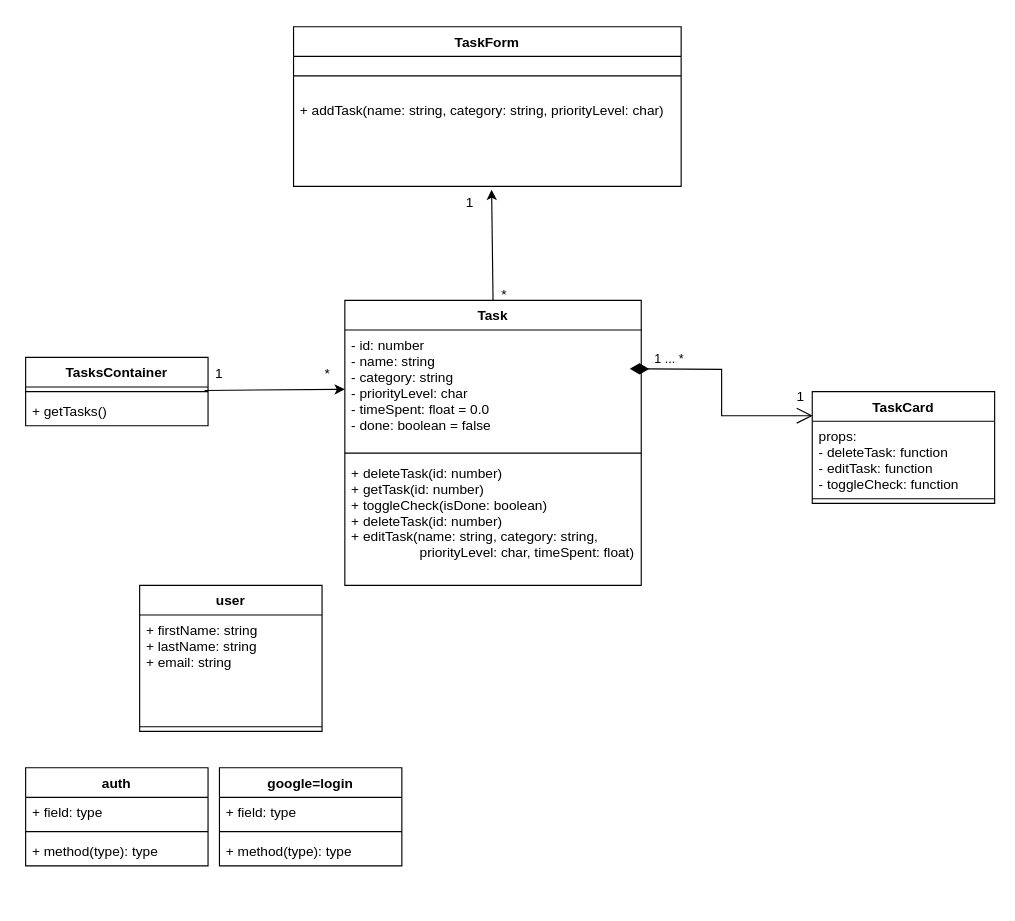
Before: images/classDiagram.drawio in ViNguyen3747/Voice-Powered-Self-Productivity, a draw.io diagram. Source tidied: cells renumbered, new cells numbered last; positions are measured from the earlier drawing's top-left corner, leaving out a move shared by most shapes. Both pictures are drawn from the tidied source at 114%, with x=0, y=0 at pixel (25, 26).
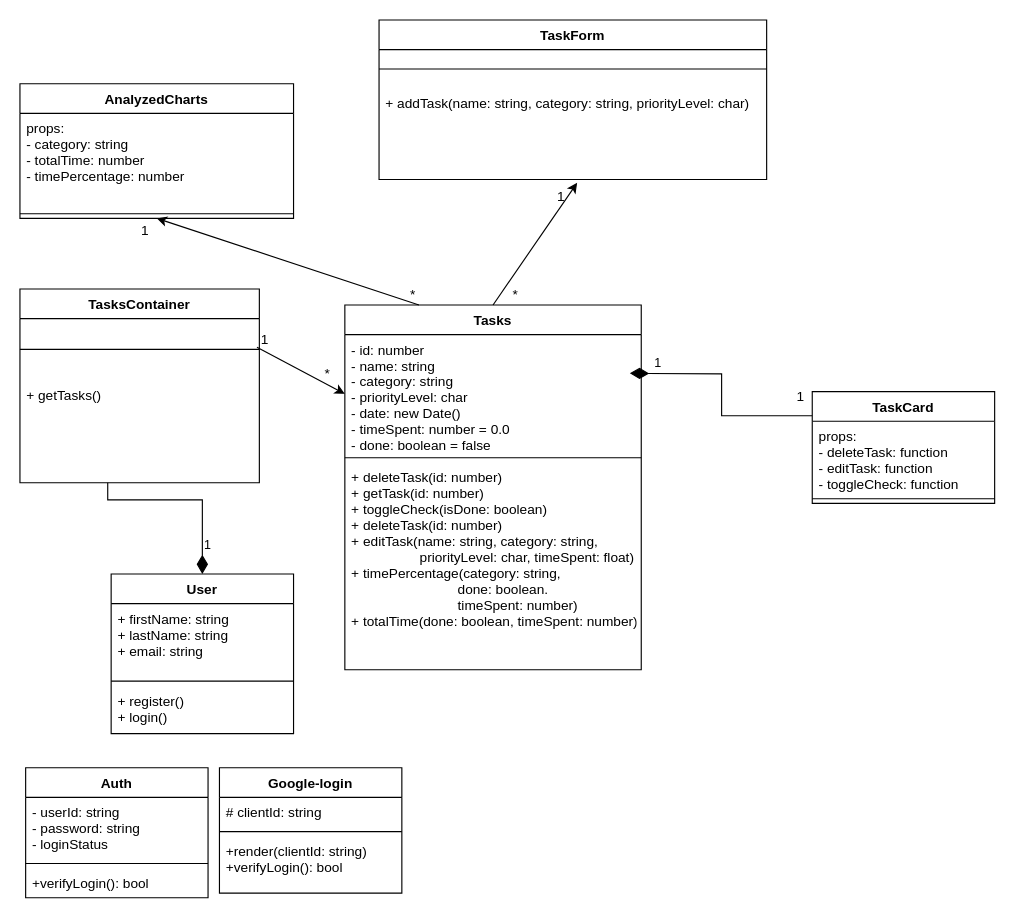
The same page after the edit.

The change refers to these unchanged cells:
```xml
<mxCell id="13" value="TaskCard" style="swimlane;fontStyle=1;align=center;verticalAlign=top;horizontal=1;startSize=26;" parent="1" vertex="1">
  <mxGeometry x="690" y="320" width="160" height="98" as="geometry" />
</mxCell>
```

What changed in the source:
```diff
@@
-    <mxCell id="2" value="Task" style="swimlane;fontStyle=1;align=center;verticalAlign=top;horizontal=1;startSize=26;" parent="1" vertex="1">
-      <mxGeometry x="280" y="240" width="260" height="250" as="geometry" />
+    <mxCell id="2" value="Tasks" style="swimlane;fontStyle=1;align=center;verticalAlign=top;horizontal=1;startSize=26;" parent="1" vertex="1">
+      <mxGeometry x="280" y="244" width="260" height="320" as="geometry" />
     </mxCell>
-    <mxCell id="3" value="1 ... *" style="endArrow=open;html=1;endSize=12;startArrow=diamondThin;startSize=14;startFill=1;edgeStyle=orthogonalEdgeStyle;align=left;verticalAlign=bottom;rounded=0;entryX=0.003;entryY=0.216;entryDx=0;entryDy=0;entryPerimeter=0;" parent="2" edge="1" target="13">
+    <mxCell id="3" value="1" style="endArrow=none;html=1;endSize=12;startArrow=diamondThin;startSize=14;startFill=1;edgeStyle=orthogonalEdgeStyle;align=left;verticalAlign=bottom;rounded=0;entryX=0.003;entryY=0.216;entryDx=0;entryDy=0;entryPerimeter=0;endFill=0;" parent="2" edge="1" target="13">
       <mxGeometry x="-0.8" relative="1" as="geometry">
         <mxPoint x="250" y="60" as="sourcePoint" />
       </mxGeometry>
     </mxCell>
-    <mxCell id="4" value="- id: number&#10;- name: string&#10;- category: string&#10;- priorityLevel: char&#10;- timeSpent: float = 0.0&#10;- done: boolean = false" style="text;strokeColor=none;fillColor=none;align=left;verticalAlign=top;spacingLeft=4;spacingRight=4;overflow=hidden;points=[[0,0.5],[1,0.5]];portConstraint=eastwest;" parent="2" vertex="1">
+    <mxCell id="4" value="- id: number&#10;- name: string&#10;- category: string&#10;- priorityLevel: char&#10;- date: new Date()&#10;- timeSpent: number = 0.0&#10;- done: boolean = false" style="text;strokeColor=none;fillColor=none;align=left;verticalAlign=top;spacingLeft=4;spacingRight=4;overflow=hidden;points=[[0,0.5],[1,0.5]];portConstraint=eastwest;" parent="2" vertex="1">
       <mxGeometry y="26" width="260" height="104" as="geometry" />
     </mxCell>
@@
-    <mxCell id="6" value="+ deleteTask(id: number)&#10;+ getTask(id: number)&#10;+ toggleCheck(isDone: boolean)&#10;+ deleteTask(id: number)&#10;+ editTask(name: string, category: string,&#10;                  priorityLevel: char, timeSpent: float)" style="text;strokeColor=none;fillColor=none;align=left;verticalAlign=top;spacingLeft=4;spacingRight=4;overflow=hidden;" parent="2" vertex="1">
-      <mxGeometry y="138" width="260" height="112" as="geometry" />
+    <mxCell id="6" value="+ deleteTask(id: number)&#10;+ getTask(id: number)&#10;+ toggleCheck(isDone: boolean)&#10;+ deleteTask(id: number)&#10;+ editTask(name: string, category: string,&#10;                  priorityLevel: char, timeSpent: float)&#10;+ timePercentage(category: string,&#10;                            done: boolean.&#10;                            timeSpent: number)&#10;+ totalTime(done: boolean, timeSpent: number)&#10;" style="text;strokeColor=none;fillColor=none;align=left;verticalAlign=top;spacingLeft=4;spacingRight=4;overflow=hidden;" parent="2" vertex="1">
+      <mxGeometry y="138" width="260" height="182" as="geometry" />
     </mxCell>
     <mxCell id="7" value="TaskForm" style="swimlane;fontStyle=1;align=center;verticalAlign=top;horizontal=1;startSize=26;" parent="1" vertex="1">
-      <mxGeometry x="235" width="340" height="140" as="geometry" />
+      <mxGeometry x="310" y="-6" width="340" height="140" as="geometry" />
     </mxCell>
@@
     <mxCell id="11" value="1" style="text;html=1;strokeColor=none;fillColor=none;align=center;verticalAlign=middle;whiteSpace=wrap;rounded=0;" parent="1" vertex="1">
-      <mxGeometry x="360" y="140" width="60" height="30" as="geometry" />
+      <mxGeometry x="440" y="134" width="60" height="30" as="geometry" />
     </mxCell>
     <mxCell id="12" value="*" style="text;html=1;strokeColor=none;fillColor=none;align=center;verticalAlign=middle;whiteSpace=wrap;rounded=0;" parent="1" vertex="1">
-      <mxGeometry x="390" y="220" width="60" height="30" as="geometry" />
+      <mxGeometry x="400" y="220" width="60" height="30" as="geometry" />
     </mxCell>
@@
     <mxCell id="17" value="TasksContainer" style="swimlane;fontStyle=1;align=center;verticalAlign=top;horizontal=1;startSize=26;" parent="1" vertex="1">
-      <mxGeometry y="290" width="160" height="60" as="geometry" />
+      <mxGeometry x="-5" y="230" width="210" height="170" as="geometry" />
     </mxCell>
     <mxCell id="18" style="line;strokeWidth=1;fillColor=none;align=left;verticalAlign=middle;spacingTop=-1;spacingLeft=3;spacingRight=3;labelPosition=right;points=[];portConstraint=eastwest;" parent="17" vertex="1">
-      <mxGeometry y="26" width="160" height="8" as="geometry" />
+      <mxGeometry y="26" width="210" height="54" as="geometry" />
     </mxCell>
-    <mxCell id="19" value="+ getTasks()" style="text;strokeColor=none;fillColor=none;align=left;verticalAlign=top;spacingLeft=4;spacingRight=4;overflow=hidden;points=[[0,0.5],[1,0.5]];portConstraint=eastwest;" parent="17" vertex="1">
-      <mxGeometry y="34" width="160" height="26" as="geometry" />
+    <mxCell id="19" value="+ getTasks()&lt;br&gt;" style="text;strokeColor=none;fillColor=none;align=left;verticalAlign=top;spacingLeft=4;spacingRight=4;overflow=hidden;points=[[0,0.5],[1,0.5]];portConstraint=eastwest;html=1;" parent="17" vertex="1">
+      <mxGeometry y="80" width="210" height="90" as="geometry" />
     </mxCell>
-    <mxCell id="20" style="endArrow=classic;html=1;rounded=0;exitX=0.981;exitY=0.375;exitDx=0;exitDy=0;exitPerimeter=0;entryX=0;entryY=0.5;entryDx=0;entryDy=0;" parent="1" edge="1" source="18" target="4">
+    <mxCell id="20" style="endArrow=classic;html=1;rounded=0;exitX=0.99;exitY=0.463;exitDx=0;exitDy=0;exitPerimeter=0;entryX=0;entryY=0.5;entryDx=0;entryDy=0;" parent="1" edge="1" source="18" target="4">
       <mxGeometry relative="1" as="geometry" />
     </mxCell>
     <mxCell id="21" value="1" style="text;html=1;strokeColor=none;fillColor=none;align=center;verticalAlign=middle;whiteSpace=wrap;rounded=0;" parent="1" vertex="1">
-      <mxGeometry x="140" y="290" width="60" height="30" as="geometry" />
+      <mxGeometry x="180" y="260" width="60" height="30" as="geometry" />
     </mxCell>
@@
-    <mxCell id="23" value="user" style="swimlane;fontStyle=1;align=center;verticalAlign=top;horizontal=1;startSize=26;" parent="1" vertex="1">
-      <mxGeometry x="100" y="490" width="160" height="128" as="geometry" />
-    </mxCell>
-    <mxCell id="24" value="+ firstName: string&#10;+ lastName: string&#10;+ email: string&#10;" style="text;strokeColor=none;fillColor=none;align=left;verticalAlign=top;spacingLeft=4;spacingRight=4;overflow=hidden;" parent="23" vertex="1">
-      <mxGeometry y="26" width="160" height="94" as="geometry" />
-    </mxCell>
-    <mxCell id="25" style="line;strokeWidth=1;fillColor=none;align=left;verticalAlign=middle;spacingTop=-1;spacingLeft=3;spacingRight=3;labelPosition=right;" parent="23" vertex="1">
-      <mxGeometry y="120" width="160" height="8" as="geometry" />
-    </mxCell>
-    <mxCell id="26" value="auth" style="swimlane;fontStyle=1;align=center;verticalAlign=top;horizontal=1;startSize=26;" parent="1" vertex="1">
-      <mxGeometry y="650" width="160" height="86" as="geometry" />
+    <mxCell id="26" value="Auth" style="swimlane;fontStyle=1;align=center;verticalAlign=top;horizontal=1;startSize=26;" parent="1" vertex="1">
+      <mxGeometry y="650" width="160" height="114" as="geometry" />
     </mxCell>
-    <mxCell id="27" value="+ field: type" style="text;strokeColor=none;fillColor=none;align=left;verticalAlign=top;spacingLeft=4;spacingRight=4;overflow=hidden;" parent="26" vertex="1">
-      <mxGeometry y="26" width="160" height="26" as="geometry" />
+    <mxCell id="27" value="- userId: string&#10;- password: string&#10;- loginStatus" style="text;strokeColor=none;fillColor=none;align=left;verticalAlign=top;spacingLeft=4;spacingRight=4;overflow=hidden;" parent="26" vertex="1">
+      <mxGeometry y="26" width="160" height="54" as="geometry" />
     </mxCell>
     <mxCell id="28" style="line;strokeWidth=1;fillColor=none;align=left;verticalAlign=middle;spacingTop=-1;spacingLeft=3;spacingRight=3;labelPosition=right;" parent="26" vertex="1">
-      <mxGeometry y="52" width="160" height="8" as="geometry" />
+      <mxGeometry y="80" width="160" height="8" as="geometry" />
     </mxCell>
-    <mxCell id="29" value="+ method(type): type" style="text;strokeColor=none;fillColor=none;align=left;verticalAlign=top;spacingLeft=4;spacingRight=4;overflow=hidden;" parent="26" vertex="1">
-      <mxGeometry y="60" width="160" height="26" as="geometry" />
+    <mxCell id="29" value="+verifyLogin(): bool" style="text;strokeColor=none;fillColor=none;align=left;verticalAlign=top;spacingLeft=4;spacingRight=4;overflow=hidden;" parent="26" vertex="1">
+      <mxGeometry y="88" width="160" height="26" as="geometry" />
     </mxCell>
-    <mxCell id="30" value="google=login" style="swimlane;fontStyle=1;align=center;verticalAlign=top;horizontal=1;startSize=26;" parent="1" vertex="1">
-      <mxGeometry x="170" y="650" width="160" height="86" as="geometry" />
+    <mxCell id="30" value="Google-login" style="swimlane;fontStyle=1;align=center;verticalAlign=top;horizontal=1;startSize=26;" parent="1" vertex="1">
+      <mxGeometry x="170" y="650" width="160" height="110" as="geometry" />
     </mxCell>
-    <mxCell id="31" value="+ field: type" style="text;strokeColor=none;fillColor=none;align=left;verticalAlign=top;spacingLeft=4;spacingRight=4;overflow=hidden;" parent="30" vertex="1">
+    <mxCell id="31" value="# clientId: string" style="text;strokeColor=none;fillColor=none;align=left;verticalAlign=top;spacingLeft=4;spacingRight=4;overflow=hidden;" parent="30" vertex="1">
       <mxGeometry y="26" width="160" height="26" as="geometry" />
     </mxCell>
@@
-    <mxCell id="33" value="+ method(type): type" style="text;strokeColor=none;fillColor=none;align=left;verticalAlign=top;spacingLeft=4;spacingRight=4;overflow=hidden;" parent="30" vertex="1">
-      <mxGeometry y="60" width="160" height="26" as="geometry" />
+    <mxCell id="33" value="+render(clientId: string)&#10;+verifyLogin(): bool" style="text;strokeColor=none;fillColor=none;align=left;verticalAlign=top;spacingLeft=4;spacingRight=4;overflow=hidden;" parent="30" vertex="1">
+      <mxGeometry y="60" width="160" height="50" as="geometry" />
     </mxCell>
+    <mxCell id="34" value="User" style="swimlane;fontStyle=1;align=center;verticalAlign=top;horizontal=1;startSize=26;" parent="1" vertex="1">
+      <mxGeometry x="75" y="480" width="160" height="140" as="geometry" />
+    </mxCell>
+    <mxCell id="24" value="+ firstName: string&#10;+ lastName: string&#10;+ email: string&#10;" style="text;strokeColor=none;fillColor=none;align=left;verticalAlign=top;spacingLeft=4;spacingRight=4;overflow=hidden;" parent="34" vertex="1">
+      <mxGeometry y="26" width="160" height="64" as="geometry" />
+    </mxCell>
+    <mxCell id="35" style="line;strokeWidth=1;fillColor=none;align=left;verticalAlign=middle;spacingTop=-1;spacingLeft=3;spacingRight=3;labelPosition=right;" parent="34" vertex="1">
+      <mxGeometry y="90" width="160" height="8" as="geometry" />
+    </mxCell>
+    <mxCell id="36" value="+ register()&#10;+ login()" style="text;strokeColor=none;fillColor=none;align=left;verticalAlign=top;spacingLeft=4;spacingRight=4;overflow=hidden;" parent="34" vertex="1">
+      <mxGeometry y="98" width="160" height="42" as="geometry" />
+    </mxCell>
+    <mxCell id="37" value="1" style="endArrow=none;html=1;endSize=12;startArrow=diamondThin;startSize=14;startFill=1;edgeStyle=orthogonalEdgeStyle;align=left;verticalAlign=bottom;rounded=0;exitX=0.5;exitY=0;exitDx=0;exitDy=0;endFill=0;" parent="1" edge="1" source="34" target="19">
+      <mxGeometry x="-0.8" relative="1" as="geometry">
+        <Array as="points">
+          <mxPoint x="155" y="415" />
+          <mxPoint x="72" y="415" />
+        </Array>
+      </mxGeometry>
+    </mxCell>
+    <mxCell id="38" value="AnalyzedCharts" style="swimlane;fontStyle=1;align=center;verticalAlign=top;horizontal=1;startSize=26;" parent="1" vertex="1">
+      <mxGeometry x="-5" y="50" width="240" height="118" as="geometry" />
+    </mxCell>
+    <mxCell id="39" value="props:&#10;- category: string&#10;- totalTime: number&#10;- timePercentage: number&#10;" style="text;strokeColor=none;fillColor=none;align=left;verticalAlign=top;spacingLeft=4;spacingRight=4;overflow=hidden;" parent="38" vertex="1">
+      <mxGeometry y="26" width="240" height="84" as="geometry" />
+    </mxCell>
+    <mxCell id="40" style="line;strokeWidth=1;fillColor=none;align=left;verticalAlign=middle;spacingTop=-1;spacingLeft=3;spacingRight=3;labelPosition=right;" parent="38" vertex="1">
+      <mxGeometry y="110" width="240" height="8" as="geometry" />
+    </mxCell>
+    <mxCell id="41" style="endArrow=classic;html=1;rounded=0;exitX=0.25;exitY=0;exitDx=0;exitDy=0;entryX=0.5;entryY=1;entryDx=0;entryDy=0;" parent="1" edge="1" source="2" target="38">
+      <mxGeometry relative="1" as="geometry" />
+    </mxCell>
+    <mxCell id="42" value="1" style="text;html=1;strokeColor=none;fillColor=none;align=center;verticalAlign=middle;whiteSpace=wrap;rounded=0;" parent="1" vertex="1">
+      <mxGeometry x="75" y="164" width="60" height="30" as="geometry" />
+    </mxCell>
+    <mxCell id="43" value="*" style="text;html=1;strokeColor=none;fillColor=none;align=center;verticalAlign=middle;whiteSpace=wrap;rounded=0;" parent="1" vertex="1">
+      <mxGeometry x="310" y="220" width="60" height="30" as="geometry" />
+    </mxCell>
```
